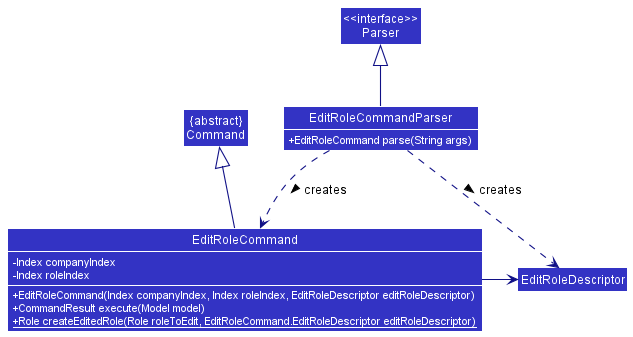
Earlier version of the PlantUML export docs/images/EditRoleDiagram.png (nus-cs2103-AY2122S2/tp).
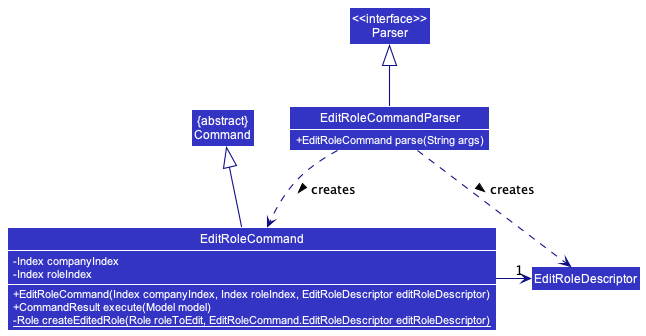
After the change.

Diff of the diagram source:
```diff
@@ -12,13 +12,13 @@
     -Index roleIndex
     +EditRoleCommand(Index companyIndex, Index roleIndex, EditRoleDescriptor editRoleDescriptor)
     + CommandResult execute(Model model)
-    +{static} Role createEditedRole(Role roleToEdit, EditRoleCommand.EditRoleDescriptor editRoleDescriptor)
+    -{static} Role createEditedRole(Role roleToEdit, EditRoleCommand.EditRoleDescriptor editRoleDescriptor)
 }
 Class EditRoleDescriptor
 Class "<<interface>>\nParser" as Parser
 Class "{abstract}\nCommand" as Command
 
-EditRoleCommand -right-> EditRoleDescriptor
+EditRoleCommand -right-> "1" EditRoleDescriptor
 EditRoleCommand -up-|> Command
 
 EditRoleCommandParser -up-|> Parser
```
